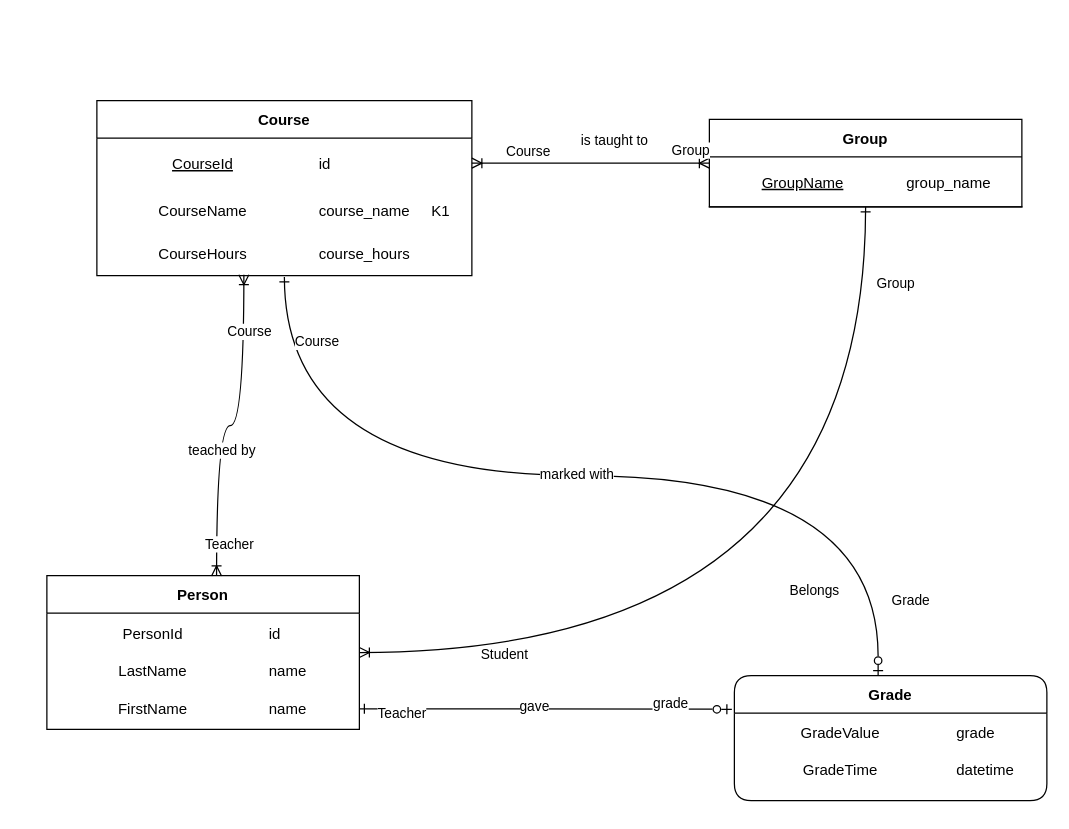
Before: university_ERM.drawio in agatiks/generation, a draw.io diagram. Source tidied: cells renumbered, new cells numbered last; positions are measured from the earlier drawing's top-left corner, leaving out a move shared by most shapes. Both pictures are drawn from the tidied source at 125%, with x=0, y=0 at pixel (46, 100).
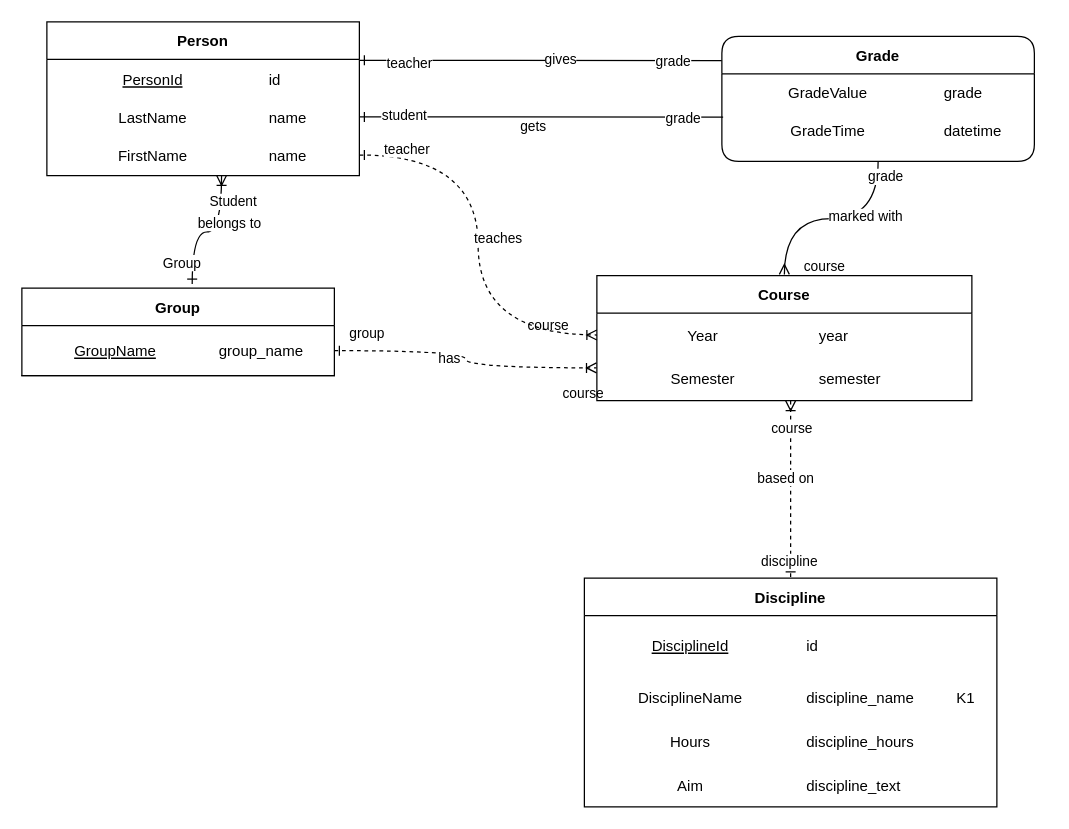
The same page after the edit.

The change refers to these unchanged cells:
```xml
<mxCell id="7" style="shape=partialRectangle;fillColor=none;top=0;left=0;right=0;bottom=0;" parent="6" vertex="1">
  <mxGeometry y="30" width="250" height="32" as="geometry" />
</mxCell>
<mxCell id="10" style="shape=partialRectangle;fillColor=none;points=[[0,0.5],[1,0.5]];portConstraint=eastwest;top=0;left=0;right=0;bottom=0;" parent="6" vertex="1">
  <mxGeometry y="62" width="250" height="28" as="geometry" />
</mxCell>
<mxCell id="13" style="shape=partialRectangle;fillColor=none;points=[[0,0.5],[1,0.5]];portConstraint=eastwest;top=0;left=0;right=0;bottom=0;" parent="6" vertex="1">
  <mxGeometry y="90" width="250" height="33" as="geometry" />
</mxCell>
<mxCell id="34" style="shape=partialRectangle;fillColor=none;points=[[0,0.5],[1,0.5]];portConstraint=eastwest;top=0;left=0;right=0;bottom=1;" parent="33" vertex="1">
  <mxGeometry y="30" width="250" height="40" as="geometry" />
</mxCell>
<mxCell id="46" style="shape=partialRectangle;fillColor=none;points=[[0,0.5],[1,0.5]];portConstraint=eastwest;top=0;left=0;right=0;bottom=0;" parent="45" vertex="1">
  <mxGeometry y="30" width="250" height="30" as="geometry" />
</mxCell>
<mxCell id="49" style="shape=partialRectangle;fillColor=none;points=[[0,0.5],[1,0.5]];portConstraint=eastwest;top=0;left=0;right=0;bottom=0;" parent="45" vertex="1">
  <mxGeometry y="60" width="250" height="30" as="geometry" />
</mxCell>
```

The edit, as a diff of the source:
```diff
@@
-    <mxCell id="2" style="edgeStyle=orthogonalEdgeStyle;curved=1;rounded=0;jettySize=auto;html=1;startArrow=ERoneToMany;startFill=0;endArrow=ERone;endFill=0;" parent="1" edge="1" source="6" target="33">
+    <mxCell id="2" style="edgeStyle=orthogonalEdgeStyle;curved=1;rounded=0;jettySize=auto;html=1;startArrow=ERoneToMany;startFill=0;endArrow=ERone;endFill=0;entryX=0.545;entryY=-0.046;entryDx=0;entryDy=0;exitX=0.559;exitY=0.991;exitDx=0;exitDy=0;entryPerimeter=0;exitPerimeter=0;" parent="1" edge="1" source="13" target="33">
       <mxGeometry relative="1" as="geometry" />
     </mxCell>
     <mxCell id="3" value="Student" style="edgeLabel;html=1;align=center;verticalAlign=middle;" parent="2" vertex="1">
       <mxGeometry x="-0.78" y="-1" relative="1" as="geometry">
-        <mxPoint x="31" as="offset" />
+        <mxPoint x="10" y="9" as="offset" />
       </mxGeometry>
     </mxCell>
-    <mxCell id="4" value="Belongs" style="edgeLabel;html=1;align=center;verticalAlign=middle;" parent="2" vertex="1">
+    <mxCell id="4" value="belongs to" style="edgeLabel;html=1;align=center;verticalAlign=middle;" parent="2" vertex="1">
       <mxGeometry relative="1" as="geometry">
-        <mxPoint x="-18" y="-50" as="offset" />
+        <mxPoint x="15" y="-8" as="offset" />
       </mxGeometry>
     </mxCell>
     <mxCell id="5" value="Group" style="edgeLabel;html=1;align=center;verticalAlign=middle;" parent="2" vertex="1">
       <mxGeometry x="0.84" y="1" relative="1" as="geometry">
-        <mxPoint x="24" as="offset" />
+        <mxPoint x="-10" y="-9" as="offset" />
       </mxGeometry>
     </mxCell>
+    <mxCell id="60" style="edgeStyle=orthogonalEdgeStyle;curved=1;rounded=0;jettySize=auto;html=1;exitX=1;exitY=0.25;exitDx=0;exitDy=0;endArrow=none;endFill=0;startArrow=ERone;startFill=0;" parent="1" edge="1" source="6">
+      <mxGeometry relative="1" as="geometry">
+        <mxPoint x="540" y="-32" as="targetPoint" />
+      </mxGeometry>
+    </mxCell>
+    <mxCell id="61" value="teacher" style="edgeLabel;html=1;align=center;verticalAlign=middle;" parent="60" vertex="1">
+      <mxGeometry x="-0.58" y="-16" relative="1" as="geometry">
+        <mxPoint x="-21" y="-14" as="offset" />
+      </mxGeometry>
+    </mxCell>
+    <mxCell id="62" value="gives" style="edgeLabel;html=1;align=center;verticalAlign=middle;" parent="60" vertex="1">
+      <mxGeometry x="0.11" y="-2" relative="1" as="geometry">
+        <mxPoint y="-4" as="offset" />
+      </mxGeometry>
+    </mxCell>
+    <mxCell id="63" value="grade" style="edgeLabel;html=1;align=center;verticalAlign=middle;" parent="60" vertex="1">
+      <mxGeometry x="0.85" relative="1" as="geometry">
+        <mxPoint x="-18" as="offset" />
+      </mxGeometry>
+    </mxCell>
     <mxCell id="6" value="Person" style="shape=table;startSize=30;childLayout=tableLayout;rowLines=0;fontStyle=1;align=center;columnLines=0;" parent="1" vertex="1">
-      <mxGeometry y="380" width="250" height="123" as="geometry" />
+      <mxGeometry y="-63" width="250" height="123" as="geometry" />
     </mxCell>
@@
-    <mxCell id="8" value="PersonId" style="shape=partialRectangle;overflow=hidden;fillColor=none;top=0;left=0;bottom=0;right=0;" parent="7" vertex="1">
+    <mxCell id="8" value="PersonId" style="shape=partialRectangle;overflow=hidden;fillColor=none;top=0;left=0;bottom=0;right=0;fontStyle=4;" parent="7" vertex="1">
       <mxGeometry width="170" height="32" as="geometry" />
     </mxCell>
@@
-    <mxCell id="16" style="edgeStyle=orthogonalEdgeStyle;curved=1;rounded=0;jettySize=auto;html=1;exitX=0.5;exitY=1;exitDx=0;exitDy=0;entryX=0.46;entryY=0;entryDx=0;entryDy=0;entryPerimeter=0;endArrow=ERzeroToOne;endFill=0;startArrow=ERone;startFill=0;" parent="1" edge="1" source="20" target="45">
+    <mxCell id="16" style="edgeStyle=orthogonalEdgeStyle;curved=1;rounded=0;jettySize=auto;html=1;exitX=0.5;exitY=0;exitDx=0;exitDy=0;endArrow=none;endFill=0;startArrow=ERmany;startFill=0;" parent="1" edge="1" source="72" target="45">
       <mxGeometry relative="1" as="geometry" />
     </mxCell>
-    <mxCell id="17" value="Grade" style="edgeLabel;html=1;align=center;verticalAlign=middle;" parent="16" vertex="1">
+    <mxCell id="17" value="grade" style="edgeLabel;html=1;align=center;verticalAlign=middle;" parent="16" vertex="1">
       <mxGeometry x="0.69" y="2" relative="1" as="geometry">
-        <mxPoint x="23" y="62" as="offset" />
+        <mxPoint x="7" y="-14" as="offset" />
       </mxGeometry>
     </mxCell>
@@
-    <mxCell id="19" value="Course" style="edgeLabel;html=1;align=center;verticalAlign=middle;" parent="16" vertex="1">
+    <mxCell id="19" value="course" style="edgeLabel;html=1;align=center;verticalAlign=middle;" parent="16" vertex="1">
       <mxGeometry x="-0.88" y="-3" relative="1" as="geometry">
         <mxPoint x="28" y="3" as="offset" />
       </mxGeometry>
     </mxCell>
-    <mxCell id="20" value="Course" style="shape=table;startSize=30;childLayout=tableLayout;rowLines=0;fontStyle=1;align=center;strokeColor=default;perimeterSpacing=1;strokeWidth=1;swimlaneLine=1;columnLines=0;rounded=0;" parent="1" vertex="1">
-      <mxGeometry x="40" width="300" height="140" as="geometry" />
+    <mxCell id="20" value="Discipline" style="shape=table;startSize=30;childLayout=tableLayout;rowLines=0;fontStyle=1;align=center;strokeColor=default;perimeterSpacing=1;strokeWidth=1;swimlaneLine=1;columnLines=0;rounded=0;" parent="1" vertex="1">
+      <mxGeometry x="430" y="382" width="330" height="183" as="geometry" />
     </mxCell>
     <mxCell id="21" style="shape=partialRectangle;fillColor=none;points=[[0,0.5],[1,0.5]];portConstraint=eastwest;top=0;left=0;right=0;bottom=0;strokeColor=inherit;" parent="20" vertex="1">
-      <mxGeometry y="30" width="300" height="40" as="geometry" />
+      <mxGeometry y="30" width="330" height="48" as="geometry" />
     </mxCell>
-    <mxCell id="22" value="CourseId" style="shape=partialRectangle;overflow=hidden;fillColor=none;top=0;left=0;bottom=0;right=0;fontStyle=4;strokeColor=inherit;strokeWidth=0;" parent="21" vertex="1">
-      <mxGeometry width="170" height="40" as="geometry" />
+    <mxCell id="22" value="DisciplineId" style="shape=partialRectangle;overflow=hidden;fillColor=none;top=0;left=0;bottom=0;right=0;fontStyle=4;strokeColor=inherit;strokeWidth=0;" parent="21" vertex="1">
+      <mxGeometry width="170" height="48" as="geometry" />
     </mxCell>
     <mxCell id="23" value="id" style="shape=partialRectangle;overflow=hidden;fillColor=none;top=0;left=0;bottom=0;right=0;align=left;spacingLeft=6;fontStyle=0;strokeColor=inherit;" parent="21" vertex="1">
-      <mxGeometry x="170" width="90" height="40" as="geometry" />
+      <mxGeometry x="170" width="120" height="48" as="geometry" />
     </mxCell>
     <mxCell id="24" style="shape=partialRectangle;overflow=hidden;fillColor=none;top=0;left=0;bottom=0;right=0;align=left;spacingLeft=6;fontStyle=0;strokeColor=inherit;" parent="21" vertex="1">
-      <mxGeometry x="260" width="40" height="40" as="geometry" />
+      <mxGeometry x="290" width="40" height="48" as="geometry" />
     </mxCell>
     <mxCell id="25" style="shape=partialRectangle;fillColor=none;top=0;left=0;right=0;bottom=0;" parent="20" vertex="1">
-      <mxGeometry y="70" width="300" height="35" as="geometry" />
+      <mxGeometry y="78" width="330" height="35" as="geometry" />
     </mxCell>
-    <mxCell id="26" value="CourseName" style="shape=partialRectangle;overflow=hidden;fillColor=none;top=0;left=0;bottom=0;right=0;strokeColor=inherit;" parent="25" vertex="1">
+    <mxCell id="26" value="DisciplineName" style="shape=partialRectangle;overflow=hidden;fillColor=none;top=0;left=0;bottom=0;right=0;strokeColor=inherit;" parent="25" vertex="1">
       <mxGeometry width="170" height="35" as="geometry" />
     </mxCell>
-    <mxCell id="27" value="course_name" style="shape=partialRectangle;overflow=hidden;fillColor=none;top=0;left=0;bottom=0;right=0;align=left;spacingLeft=6;perimeterSpacing=4;strokeColor=default;strokeWidth=0;" parent="25" vertex="1">
-      <mxGeometry x="170" width="90" height="35" as="geometry" />
+    <mxCell id="27" value="discipline_name" style="shape=partialRectangle;overflow=hidden;fillColor=none;top=0;left=0;bottom=0;right=0;align=left;spacingLeft=6;perimeterSpacing=4;strokeColor=default;strokeWidth=0;" parent="25" vertex="1">
+      <mxGeometry x="170" width="120" height="35" as="geometry" />
     </mxCell>
     <mxCell id="28" value="K1" style="shape=partialRectangle;overflow=hidden;fillColor=none;top=0;left=0;bottom=0;right=0;align=left;spacingLeft=6;perimeterSpacing=4;strokeColor=default;strokeWidth=0;" parent="25" vertex="1">
-      <mxGeometry x="260" width="40" height="35" as="geometry" />
+      <mxGeometry x="290" width="40" height="35" as="geometry" />
     </mxCell>
     <mxCell id="29" style="shape=partialRectangle;fillColor=none;points=[[0,0.5],[1,0.5]];portConstraint=eastwest;top=0;left=0;right=0;bottom=0;" parent="20" vertex="1">
-      <mxGeometry y="105" width="300" height="35" as="geometry" />
+      <mxGeometry y="113" width="330" height="35" as="geometry" />
     </mxCell>
-    <mxCell id="30" value="CourseHours" style="shape=partialRectangle;overflow=hidden;fillColor=none;top=0;left=0;bottom=0;right=0;strokeColor=inherit;" parent="29" vertex="1">
+    <mxCell id="30" value="Hours" style="shape=partialRectangle;overflow=hidden;fillColor=none;top=0;left=0;bottom=0;right=0;strokeColor=inherit;" parent="29" vertex="1">
       <mxGeometry width="170" height="35" as="geometry" />
     </mxCell>
-    <mxCell id="31" value="course_hours" style="shape=partialRectangle;overflow=hidden;fillColor=none;top=0;left=0;bottom=0;right=0;align=left;spacingLeft=6;perimeterSpacing=4;strokeColor=default;strokeWidth=0;" parent="29" vertex="1">
-      <mxGeometry x="170" width="90" height="35" as="geometry" />
+    <mxCell id="31" value="discipline_hours" style="shape=partialRectangle;overflow=hidden;fillColor=none;top=0;left=0;bottom=0;right=0;align=left;spacingLeft=6;perimeterSpacing=4;strokeColor=default;strokeWidth=0;" parent="29" vertex="1">
+      <mxGeometry x="170" width="120" height="35" as="geometry" />
     </mxCell>
     <mxCell id="32" style="shape=partialRectangle;overflow=hidden;fillColor=none;top=0;left=0;bottom=0;right=0;align=left;spacingLeft=6;perimeterSpacing=4;strokeColor=default;strokeWidth=0;" parent="29" vertex="1">
-      <mxGeometry x="260" width="40" height="35" as="geometry" />
+      <mxGeometry x="290" width="40" height="35" as="geometry" />
     </mxCell>
+    <mxCell id="64" style="shape=partialRectangle;fillColor=none;top=0;left=0;right=0;bottom=0;" parent="20" vertex="1">
+      <mxGeometry y="148" width="330" height="35" as="geometry" />
+    </mxCell>
+    <mxCell id="65" value="Aim" style="shape=partialRectangle;overflow=hidden;fillColor=none;top=0;left=0;bottom=0;right=0;strokeColor=inherit;" parent="64" vertex="1">
+      <mxGeometry width="170" height="35" as="geometry" />
+    </mxCell>
+    <mxCell id="66" value="discipline_text" style="shape=partialRectangle;overflow=hidden;fillColor=none;top=0;left=0;bottom=0;right=0;align=left;spacingLeft=6;perimeterSpacing=4;strokeColor=default;strokeWidth=0;" parent="64" vertex="1">
+      <mxGeometry x="170" width="120" height="35" as="geometry" />
+    </mxCell>
+    <mxCell id="67" style="shape=partialRectangle;overflow=hidden;fillColor=none;top=0;left=0;bottom=0;right=0;align=left;spacingLeft=6;perimeterSpacing=4;strokeColor=default;strokeWidth=0;" parent="64" vertex="1">
+      <mxGeometry x="290" width="40" height="35" as="geometry" />
+    </mxCell>
     <mxCell id="33" value="Group" style="shape=table;startSize=30;childLayout=tableLayout;rowLines=0;fontStyle=1;align=center;columnLines=0;" parent="1" vertex="1">
-      <mxGeometry x="530" y="15" width="250" height="70" as="geometry" />
+      <mxGeometry x="-20" y="150" width="250" height="70" as="geometry" />
     </mxCell>
@@
-    <mxCell id="37" style="edgeStyle=orthogonalEdgeStyle;rounded=0;jettySize=auto;html=1;exitX=0;exitY=0.5;exitDx=0;exitDy=0;endArrow=ERoneToMany;endFill=0;curved=1;startArrow=ERoneToMany;startFill=0;" parent="1" edge="1" source="33" target="21">
+    <mxCell id="37" style="edgeStyle=orthogonalEdgeStyle;rounded=0;jettySize=auto;html=1;exitX=1;exitY=0.5;exitDx=0;exitDy=0;endArrow=ERoneToMany;endFill=0;curved=1;startArrow=ERone;startFill=0;entryX=-0.001;entryY=0.252;entryDx=0;entryDy=0;entryPerimeter=0;dashed=1;" parent="1" edge="1" source="34" target="77">
       <mxGeometry relative="1" as="geometry" />
     </mxCell>
-    <mxCell id="38" value="Course" style="edgeLabel;html=1;align=center;verticalAlign=middle;" parent="37" vertex="1">
+    <mxCell id="38" value="course" style="edgeLabel;html=1;align=center;verticalAlign=middle;" parent="37" vertex="1">
       <mxGeometry x="0.51" y="-1" relative="1" as="geometry">
-        <mxPoint x="-3" y="-9" as="offset" />
+        <mxPoint x="15" y="-35" as="offset" />
       </mxGeometry>
     </mxCell>
-    <mxCell id="39" value="Group" style="edgeLabel;html=1;align=center;verticalAlign=middle;" parent="37" vertex="1">
+    <mxCell id="39" value="group" style="edgeLabel;html=1;align=center;verticalAlign=middle;" parent="37" vertex="1">
       <mxGeometry x="-0.8" y="2" relative="1" as="geometry">
         <mxPoint x="3" y="-13" as="offset" />
       </mxGeometry>
     </mxCell>
-    <mxCell id="40" value="is taught to" style="edgeLabel;html=1;align=center;verticalAlign=middle;" parent="37" vertex="1">
+    <mxCell id="40" value="has" style="edgeLabel;html=1;align=center;verticalAlign=middle;" parent="37" vertex="1">
       <mxGeometry x="-0.07" y="-2" relative="1" as="geometry">
-        <mxPoint x="11" y="-17" as="offset" />
+        <mxPoint x="-13" y="3" as="offset" />
       </mxGeometry>
     </mxCell>
-    <mxCell id="41" style="edgeStyle=orthogonalEdgeStyle;curved=1;rounded=0;jettySize=auto;html=1;exitX=0.543;exitY=0.002;exitDx=0;exitDy=0;exitPerimeter=0;endArrow=ERoneToMany;endFill=0;startArrow=ERoneToMany;startFill=0;entryX=0.392;entryY=0.979;entryDx=0;entryDy=0;entryPerimeter=0;" parent="1" edge="1" source="6" target="29">
+    <mxCell id="41" style="edgeStyle=orthogonalEdgeStyle;curved=1;rounded=0;jettySize=auto;html=1;exitX=1;exitY=0.5;exitDx=0;exitDy=0;endArrow=ERoneToMany;endFill=0;startArrow=ERone;startFill=0;entryX=0;entryY=0.5;entryDx=0;entryDy=0;dashed=1;" parent="1" edge="1" source="13" target="73">
       <mxGeometry relative="1" as="geometry" />
     </mxCell>
-    <mxCell id="42" value="Teacher" style="edgeLabel;html=1;align=center;verticalAlign=middle;" parent="41" vertex="1">
+    <mxCell id="42" value="teacher" style="edgeLabel;html=1;align=center;verticalAlign=middle;" parent="41" vertex="1">
       <mxGeometry x="-0.84" relative="1" as="geometry">
         <mxPoint x="10" y="-5" as="offset" />
       </mxGeometry>
     </mxCell>
-    <mxCell id="43" value="teached by" style="edgeLabel;html=1;align=center;verticalAlign=middle;" parent="41" vertex="1">
+    <mxCell id="43" value="teaches" style="edgeLabel;html=1;align=center;verticalAlign=middle;" parent="41" vertex="1">
       <mxGeometry x="-0.05" y="-5" relative="1" as="geometry">
-        <mxPoint x="-1" y="14" as="offset" />
+        <mxPoint x="20" y="2" as="offset" />
       </mxGeometry>
     </mxCell>
-    <mxCell id="44" value="Course" style="edgeLabel;html=1;align=center;verticalAlign=middle;" parent="41" vertex="1">
+    <mxCell id="44" value="course" style="edgeLabel;html=1;align=center;verticalAlign=middle;" parent="41" vertex="1">
       <mxGeometry x="0.74" y="-4" relative="1" as="geometry">
-        <mxPoint y="11" as="offset" />
+        <mxPoint x="31" y="42" as="offset" />
       </mxGeometry>
     </mxCell>
     <mxCell id="45" value="Grade" style="shape=table;startSize=30;childLayout=tableLayout;rowLines=0;fontStyle=1;align=center;rounded=1;columnLines=0;" parent="1" vertex="1">
-      <mxGeometry x="550" y="460" width="250" height="100" as="geometry" />
+      <mxGeometry x="540" y="-51.5" width="250" height="100" as="geometry" />
     </mxCell>
@@
-    <mxCell id="56" style="edgeStyle=orthogonalEdgeStyle;curved=1;rounded=0;jettySize=auto;html=1;endArrow=ERzeroToOne;endFill=0;startArrow=ERone;startFill=0;entryX=-0.008;entryY=-0.102;entryDx=0;entryDy=0;entryPerimeter=0;" parent="1" edge="1" source="13" target="46">
-      <mxGeometry relative="1" as="geometry" />
-    </mxCell>
-    <mxCell id="57" value="Teacher" style="edgeLabel;html=1;align=center;verticalAlign=middle;" parent="56" vertex="1">
-      <mxGeometry x="-0.91" y="-3" relative="1" as="geometry">
-        <mxPoint x="20" as="offset" />
-      </mxGeometry>
-    </mxCell>
-    <mxCell id="58" value="grade" style="edgeLabel;html=1;align=center;verticalAlign=middle;" parent="56" vertex="1">
-      <mxGeometry x="0.77" y="1" relative="1" as="geometry">
-        <mxPoint x="-15" y="-4" as="offset" />
-      </mxGeometry>
-    </mxCell>
-    <mxCell id="59" value="gave" style="edgeLabel;html=1;align=center;verticalAlign=middle;" parent="56" vertex="1">
-      <mxGeometry x="-0.07" y="2" relative="1" as="geometry" />
-    </mxCell>
+    <mxCell id="68" style="rounded=0;jettySize=auto;html=1;entryX=0.5;entryY=0;entryDx=0;entryDy=0;endArrow=ERone;endFill=0;startArrow=ERoneToMany;startFill=0;targetPerimeterSpacing=-1;dashed=1;" parent="1" edge="1" target="20">
+      <mxGeometry relative="1" as="geometry">
+        <mxPoint x="595" y="240" as="sourcePoint" />
+      </mxGeometry>
+    </mxCell>
+    <mxCell id="69" value="сourse" style="edgeLabel;html=1;align=center;verticalAlign=middle;" parent="68" vertex="1">
+      <mxGeometry x="-0.85" relative="1" as="geometry">
+        <mxPoint y="10" as="offset" />
+      </mxGeometry>
+    </mxCell>
+    <mxCell id="70" value="based on" style="edgeLabel;html=1;align=center;verticalAlign=middle;" parent="68" vertex="1">
+      <mxGeometry x="0.32" y="-20" relative="1" as="geometry">
+        <mxPoint x="15" y="-32" as="offset" />
+      </mxGeometry>
+    </mxCell>
+    <mxCell id="71" value="discipline" style="edgeLabel;html=1;align=center;verticalAlign=middle;" parent="68" vertex="1">
+      <mxGeometry x="0.81" y="-2" relative="1" as="geometry" />
+    </mxCell>
+    <mxCell id="72" value="Course" style="shape=table;startSize=30;childLayout=tableLayout;rowLines=0;fontStyle=1;align=center;strokeColor=default;perimeterSpacing=1;strokeWidth=1;swimlaneLine=1;columnLines=0;rounded=0;" parent="1" vertex="1">
+      <mxGeometry x="440" y="140" width="300" height="100" as="geometry" />
+    </mxCell>
+    <mxCell id="73" style="shape=partialRectangle;fillColor=none;points=[[0,0.5],[1,0.5]];portConstraint=eastwest;top=0;left=0;right=0;bottom=0;" parent="72" vertex="1">
+      <mxGeometry y="30" width="300" height="35" as="geometry" />
+    </mxCell>
+    <mxCell id="74" value="Year" style="shape=partialRectangle;overflow=hidden;fillColor=none;top=0;left=0;bottom=0;right=0;strokeColor=inherit;" parent="73" vertex="1">
+      <mxGeometry width="170" height="35" as="geometry" />
+    </mxCell>
+    <mxCell id="75" value="year" style="shape=partialRectangle;overflow=hidden;fillColor=none;top=0;left=0;bottom=0;right=0;align=left;spacingLeft=6;perimeterSpacing=4;strokeColor=default;strokeWidth=0;" parent="73" vertex="1">
+      <mxGeometry x="170" width="90" height="35" as="geometry" />
+    </mxCell>
+    <mxCell id="76" style="shape=partialRectangle;overflow=hidden;fillColor=none;top=0;left=0;bottom=0;right=0;align=left;spacingLeft=6;perimeterSpacing=4;strokeColor=default;strokeWidth=0;" parent="73" vertex="1">
+      <mxGeometry x="260" width="40" height="35" as="geometry" />
+    </mxCell>
+    <mxCell id="77" style="shape=partialRectangle;fillColor=none;points=[[0,0.5],[1,0.5]];portConstraint=eastwest;top=0;left=0;right=0;bottom=0;" parent="72" vertex="1">
+      <mxGeometry y="65" width="300" height="35" as="geometry" />
+    </mxCell>
+    <mxCell id="78" value="Semester" style="shape=partialRectangle;overflow=hidden;fillColor=none;top=0;left=0;bottom=0;right=0;strokeColor=inherit;" parent="77" vertex="1">
+      <mxGeometry width="170" height="35" as="geometry" />
+    </mxCell>
+    <mxCell id="79" value="semester" style="shape=partialRectangle;overflow=hidden;fillColor=none;top=0;left=0;bottom=0;right=0;align=left;spacingLeft=6;perimeterSpacing=4;strokeColor=default;strokeWidth=0;" parent="77" vertex="1">
+      <mxGeometry x="170" width="90" height="35" as="geometry" />
+    </mxCell>
+    <mxCell id="80" style="shape=partialRectangle;overflow=hidden;fillColor=none;top=0;left=0;bottom=0;right=0;align=left;spacingLeft=6;perimeterSpacing=4;strokeColor=default;strokeWidth=0;" parent="77" vertex="1">
+      <mxGeometry x="260" width="40" height="35" as="geometry" />
+    </mxCell>
+    <mxCell id="81" style="edgeStyle=orthogonalEdgeStyle;curved=1;rounded=0;jettySize=auto;html=1;exitX=1;exitY=0.5;exitDx=0;exitDy=0;entryX=0.004;entryY=0.158;entryDx=0;entryDy=0;entryPerimeter=0;endArrow=none;endFill=0;startArrow=ERone;startFill=0;" parent="1" edge="1" source="10" target="49">
+      <mxGeometry relative="1" as="geometry" />
+    </mxCell>
+    <mxCell id="82" value="student" style="edgeLabel;html=1;align=center;verticalAlign=middle;" parent="81" vertex="1">
+      <mxGeometry x="-0.89" y="2" relative="1" as="geometry">
+        <mxPoint x="19" as="offset" />
+      </mxGeometry>
+    </mxCell>
+    <mxCell id="83" value="gets" style="edgeLabel;html=1;align=center;verticalAlign=middle;" parent="81" vertex="1">
+      <mxGeometry x="-0.09" y="14" relative="1" as="geometry">
+        <mxPoint x="6" y="21" as="offset" />
+      </mxGeometry>
+    </mxCell>
+    <mxCell id="84" value="grade" style="edgeLabel;html=1;align=center;verticalAlign=middle;" parent="81" vertex="1">
+      <mxGeometry x="0.85" relative="1" as="geometry">
+        <mxPoint x="-10" as="offset" />
+      </mxGeometry>
+    </mxCell>
```
